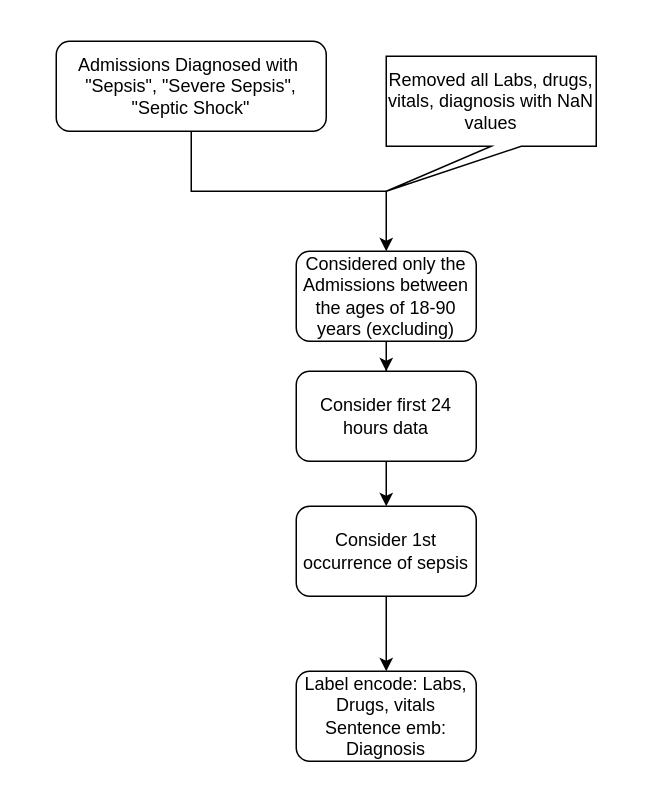
This is dataPreprocessing.drawio from Aftab571/myThesisCode, a draw.io file, before an edit. Source tidied: cells renumbered, new cells numbered last; positions are measured from the earlier drawing's top-left corner, leaving out a move shared by most shapes. Both pictures are drawn from the tidied source at 150%, with x=0, y=0 at pixel (56, 40).
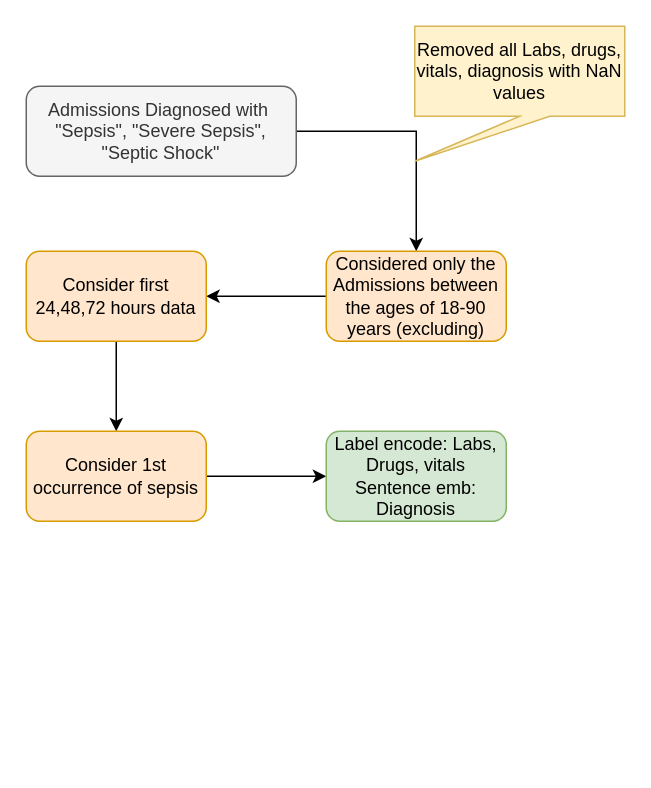
The same page after the edit.

Change to the diagram source:
```diff
@@
 <mxGraphModel>
   <root>
     <mxCell id="0" />
     <mxCell id="1" parent="0" />
     <mxCell id="2" style="edgeStyle=orthogonalEdgeStyle;rounded=0;jettySize=auto;html=1;" parent="1" edge="1" source="3" target="5">
       <mxGeometry relative="1" as="geometry" />
     </mxCell>
-    <mxCell id="3" value="Admissions Diagnosed with&amp;nbsp;&lt;br&gt;&quot;Sepsis&quot;, &quot;Severe Sepsis&quot;, &quot;Septic Shock&quot;" style="rounded=1;whiteSpace=wrap;html=1;" parent="1" vertex="1">
-      <mxGeometry width="180" height="60" as="geometry" />
+    <mxCell id="3" value="Admissions Diagnosed with&amp;nbsp;&lt;br&gt;&quot;Sepsis&quot;, &quot;Severe Sepsis&quot;, &quot;Septic Shock&quot;" style="rounded=1;whiteSpace=wrap;html=1;fillColor=#f5f5f5;fontColor=#333333;strokeColor=#666666;" parent="1" vertex="1">
+      <mxGeometry x="-20" y="30" width="180" height="60" as="geometry" />
     </mxCell>
     <mxCell id="4" style="edgeStyle=orthogonalEdgeStyle;rounded=0;jettySize=auto;html=1;" parent="1" edge="1" source="5" target="8">
       <mxGeometry relative="1" as="geometry" />
     </mxCell>
-    <mxCell id="5" value="Considered only the Admissions between the ages of 18-90 years (excluding)" style="whiteSpace=wrap;html=1;rounded=1;" parent="1" vertex="1">
-      <mxGeometry x="160" y="140" width="120" height="60" as="geometry" />
+    <mxCell id="5" value="Considered only the Admissions between the ages of 18-90 years (excluding)" style="whiteSpace=wrap;html=1;rounded=1;fillColor=#ffe6cc;strokeColor=#d79b00;" parent="1" vertex="1">
+      <mxGeometry x="180" y="140" width="120" height="60" as="geometry" />
     </mxCell>
-    <mxCell id="6" value="Removed all Labs, drugs, vitals, diagnosis with NaN values" style="shape=callout;whiteSpace=wrap;html=1;perimeter=calloutPerimeter;position2=0;" parent="1" vertex="1">
-      <mxGeometry x="220" y="10" width="140" height="90" as="geometry" />
+    <mxCell id="6" value="Removed all Labs, drugs, vitals, diagnosis with NaN values" style="shape=callout;whiteSpace=wrap;html=1;perimeter=calloutPerimeter;position2=0;fillColor=#fff2cc;strokeColor=#d6b656;" parent="1" vertex="1">
+      <mxGeometry x="239" y="-10" width="140" height="90" as="geometry" />
     </mxCell>
     <mxCell id="7" style="edgeStyle=orthogonalEdgeStyle;rounded=0;jettySize=auto;html=1;" parent="1" edge="1" source="8" target="10">
       <mxGeometry relative="1" as="geometry" />
     </mxCell>
-    <mxCell id="8" value="Consider first 24 hours data" style="whiteSpace=wrap;html=1;rounded=1;" parent="1" vertex="1">
-      <mxGeometry x="160" y="220" width="120" height="60" as="geometry" />
+    <mxCell id="8" value="Consider first 24,48,72 hours data" style="whiteSpace=wrap;html=1;rounded=1;fillColor=#ffe6cc;strokeColor=#d79b00;" parent="1" vertex="1">
+      <mxGeometry x="-20" y="140" width="120" height="60" as="geometry" />
     </mxCell>
     <mxCell id="9" style="edgeStyle=orthogonalEdgeStyle;rounded=0;jettySize=auto;html=1;" parent="1" edge="1" source="10" target="11">
       <mxGeometry relative="1" as="geometry" />
     </mxCell>
-    <mxCell id="10" value="Consider 1st occurrence of sepsis" style="whiteSpace=wrap;html=1;rounded=1;" parent="1" vertex="1">
-      <mxGeometry x="160" y="310" width="120" height="60" as="geometry" />
+    <mxCell id="10" value="Consider 1st occurrence of sepsis" style="whiteSpace=wrap;html=1;rounded=1;fillColor=#ffe6cc;strokeColor=#d79b00;" parent="1" vertex="1">
+      <mxGeometry x="-20" y="260" width="120" height="60" as="geometry" />
     </mxCell>
-    <mxCell id="11" value="Label encode: Labs, Drugs, vitals&lt;br&gt;Sentence emb: Diagnosis" style="whiteSpace=wrap;html=1;rounded=1;" parent="1" vertex="1">
-      <mxGeometry x="160" y="420" width="120" height="60" as="geometry" />
+    <mxCell id="11" value="Label encode: Labs, Drugs, vitals&lt;br&gt;Sentence emb: Diagnosis" style="whiteSpace=wrap;html=1;rounded=1;fillColor=#d5e8d4;strokeColor=#82b366;" parent="1" vertex="1">
+      <mxGeometry x="180" y="260" width="120" height="60" as="geometry" />
     </mxCell>
   </root>
 </mxGraphModel>
```
